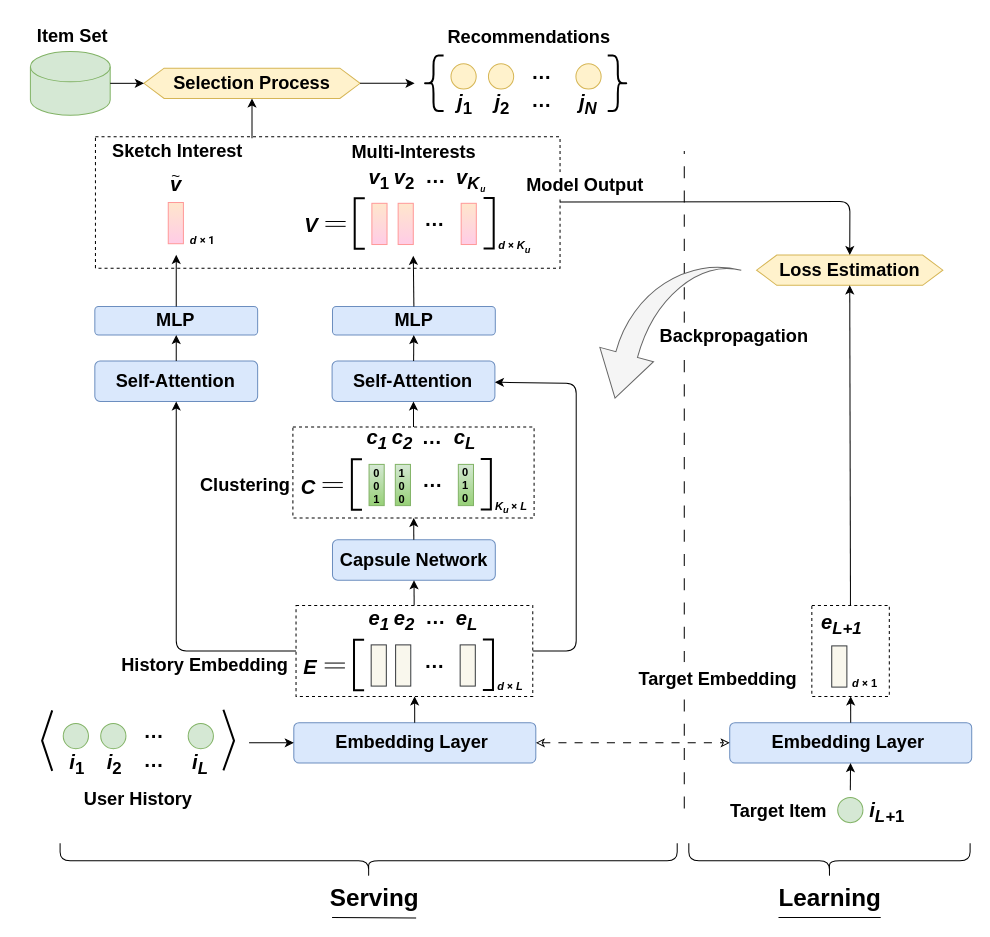
Alex-Wang3/draw.io-file keeps this draw.io diagram as 模型结构图.drawio. Above is the earlier version. Source tidied: cells renumbered, new cells numbered last; positions are measured from the earlier drawing's top-left corner, leaving out a move shared by most shapes. Both pictures are drawn from the tidied source at 101%, with x=0, y=0 at pixel (17, 17).
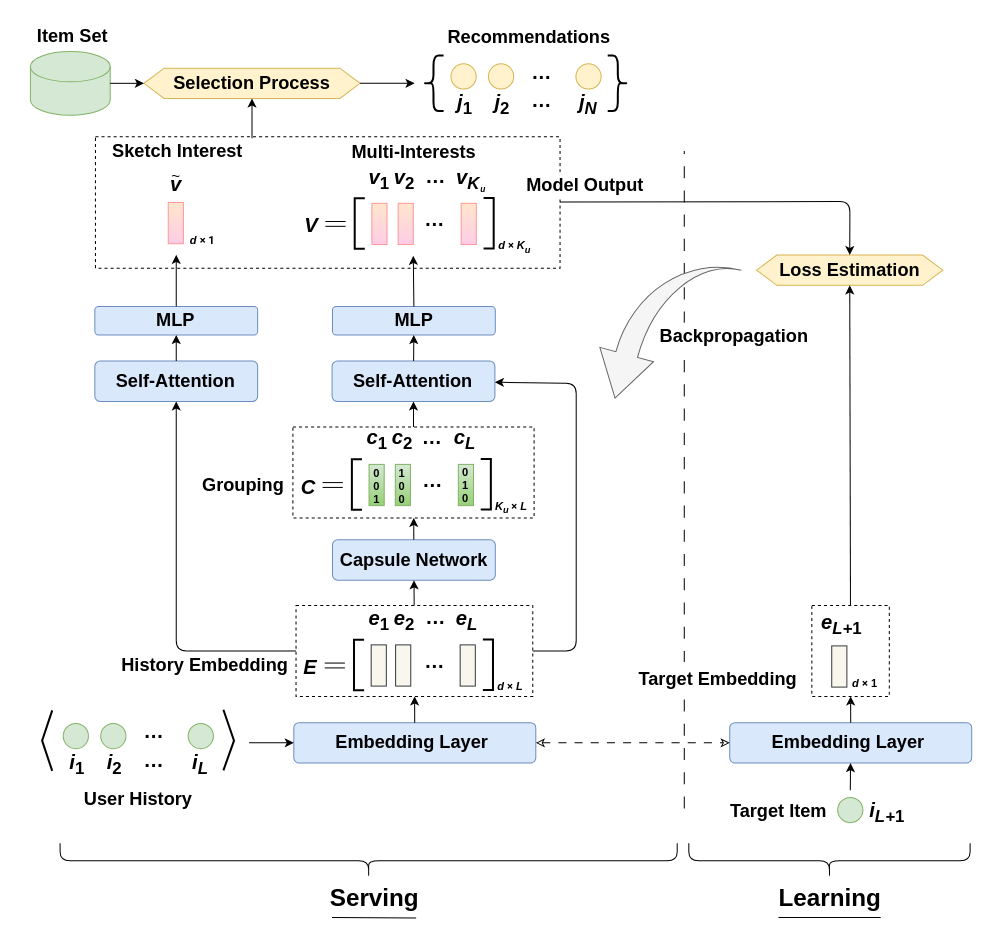
The same diagram, later.

Commit message:
更新模型结构图.drawio

The change refers to these unchanged cells:
```xml
<mxCell id="17" style="group;" parent="1" vertex="1">
  <mxGeometry x="272.4" y="578.2" width="237.6" height="93.8" as="geometry" />
</mxCell>
<mxCell id="37" style="group;" parent="1" vertex="1">
  <mxGeometry x="270.3" y="399.5" width="241" height="95.8" as="geometry" />
</mxCell>
```

Change to the diagram source:
```diff
@@
-    <mxCell id="31" value="&lt;span style=&quot;font-size: 20px;&quot;&gt;&lt;b&gt;&lt;i&gt;e&lt;sub&gt;1&lt;/sub&gt;&lt;/i&gt;&lt;/b&gt;&lt;/span&gt;" style="text;html=1;align=center;verticalAlign=middle;whiteSpace=wrap;rounded=0;" parent="17" vertex="1">
+    <mxCell id="31" value="&lt;b style=&quot;font-size: 20px;&quot;&gt;&lt;i&gt;e&lt;/i&gt;&lt;sub&gt;1&lt;/sub&gt;&lt;/b&gt;" style="text;html=1;align=center;verticalAlign=middle;whiteSpace=wrap;rounded=0;" parent="17" vertex="1">
       <mxGeometry x="67.2" y="3.8" width="36.4" height="30" as="geometry" />
     </mxCell>
-    <mxCell id="32" value="&lt;span style=&quot;font-size: 20px;&quot;&gt;&lt;b&gt;&lt;i&gt;e&lt;sub&gt;2&lt;/sub&gt;&lt;/i&gt;&lt;/b&gt;&lt;/span&gt;" style="text;html=1;align=center;verticalAlign=middle;whiteSpace=wrap;rounded=0;" parent="17" vertex="1">
+    <mxCell id="32" value="&lt;b style=&quot;font-size: 20px;&quot;&gt;&lt;i&gt;e&lt;/i&gt;&lt;sub&gt;2&lt;/sub&gt;&lt;/b&gt;" style="text;html=1;align=center;verticalAlign=middle;whiteSpace=wrap;rounded=0;" parent="17" vertex="1">
       <mxGeometry x="92.2" y="3.8" width="36.4" height="30" as="geometry" />
     </mxCell>
@@
-    <mxCell id="45" value="&lt;span style=&quot;font-size: 20px;&quot;&gt;&lt;b&gt;&lt;i&gt;c&lt;sub&gt;1&lt;/sub&gt;&lt;/i&gt;&lt;/b&gt;&lt;/span&gt;" style="text;html=1;align=center;verticalAlign=middle;whiteSpace=wrap;rounded=0;" parent="37" vertex="1">
+    <mxCell id="45" value="&lt;b style=&quot;font-size: 20px;&quot;&gt;&lt;i&gt;c&lt;/i&gt;&lt;sub&gt;1&lt;/sub&gt;&lt;/b&gt;" style="text;html=1;align=center;verticalAlign=middle;whiteSpace=wrap;rounded=0;" parent="37" vertex="1">
       <mxGeometry x="67.2" y="3.8" width="36.4" height="30" as="geometry" />
     </mxCell>
-    <mxCell id="46" value="&lt;span style=&quot;font-size: 20px;&quot;&gt;&lt;b&gt;&lt;i&gt;c&lt;sub&gt;2&lt;/sub&gt;&lt;/i&gt;&lt;/b&gt;&lt;/span&gt;" style="text;html=1;align=center;verticalAlign=middle;whiteSpace=wrap;rounded=0;" parent="37" vertex="1">
+    <mxCell id="46" value="&lt;b style=&quot;font-size: 20px;&quot;&gt;&lt;i&gt;c&lt;/i&gt;&lt;sub&gt;2&lt;/sub&gt;&lt;/b&gt;" style="text;html=1;align=center;verticalAlign=middle;whiteSpace=wrap;rounded=0;" parent="37" vertex="1">
       <mxGeometry x="92.2" y="3.8" width="36.4" height="30" as="geometry" />
     </mxCell>
@@
-    <mxCell id="86" value="&lt;font size=&quot;1&quot; style=&quot;&quot;&gt;&lt;b style=&quot;font-size: 18px;&quot;&gt;Clustering&lt;/b&gt;&lt;/font&gt;" style="text;html=1;align=center;verticalAlign=middle;strokeColor=none;fillColor=none;rotation=0;" parent="1" vertex="1">
-      <mxGeometry x="170.4" y="443" width="110" height="40" as="geometry" />
+    <mxCell id="86" value="&lt;font size=&quot;1&quot; style=&quot;&quot;&gt;&lt;b style=&quot;font-size: 18px;&quot;&gt;Grouping&lt;/b&gt;&lt;/font&gt;" style="text;html=1;align=center;verticalAlign=middle;strokeColor=none;fillColor=none;rotation=0;" parent="1" vertex="1">
+      <mxGeometry x="173.4" y="443" width="100" height="40" as="geometry" />
     </mxCell>
@@
-    <mxCell id="107" value="&lt;span style=&quot;font-size: 20px;&quot;&gt;&lt;b&gt;&lt;i&gt;e&lt;sub&gt;L+1&lt;/sub&gt;&lt;/i&gt;&lt;/b&gt;&lt;/span&gt;" style="text;html=1;align=center;verticalAlign=middle;whiteSpace=wrap;rounded=0;" parent="1" vertex="1">
+    <mxCell id="107" value="&lt;span style=&quot;font-size: 20px;&quot;&gt;&lt;b&gt;&lt;i&gt;e&lt;/i&gt;&lt;sub style=&quot;&quot;&gt;&lt;i&gt;L+&lt;/i&gt;1&lt;/sub&gt;&lt;/b&gt;&lt;/span&gt;" style="text;html=1;align=center;verticalAlign=middle;whiteSpace=wrap;rounded=0;" parent="1" vertex="1">
       <mxGeometry x="797.6" y="586" width="36.4" height="30" as="geometry" />
     </mxCell>
```
